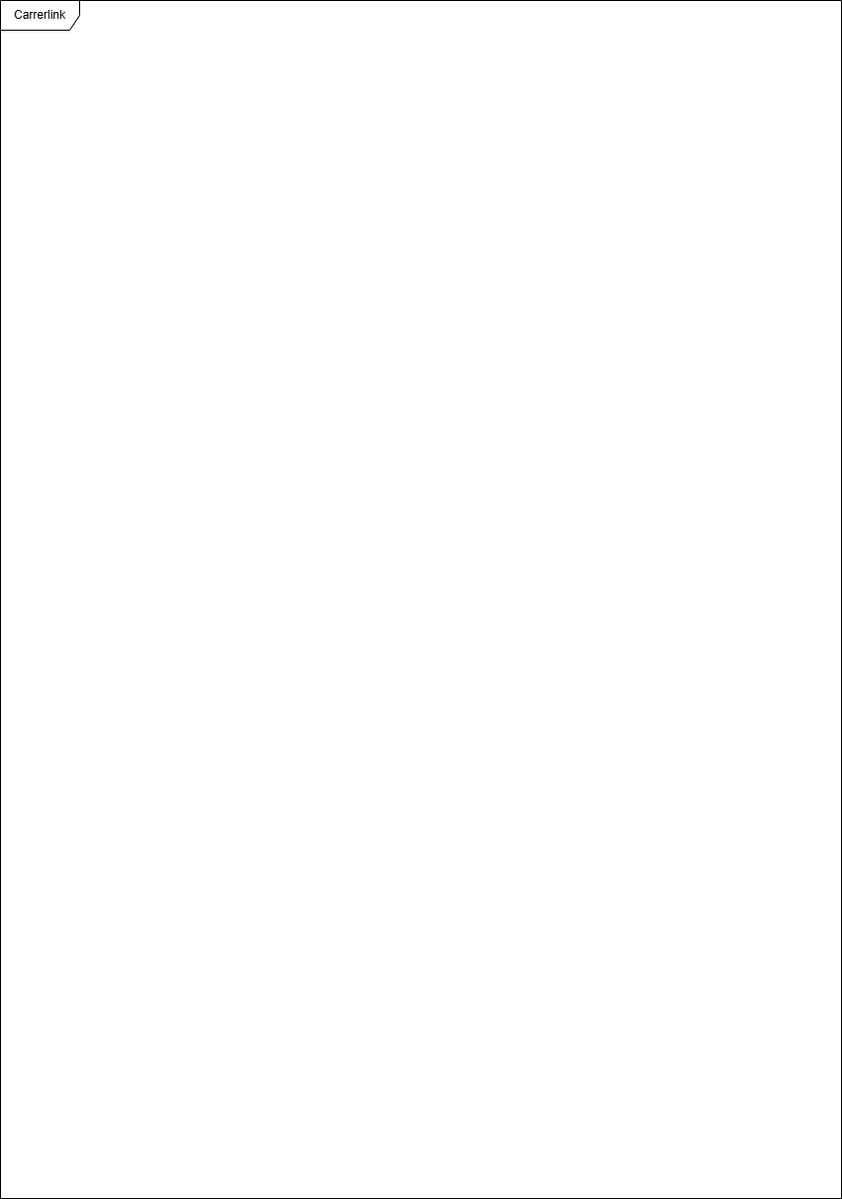
The draw.io diagram CareerLink.drawio.png in mohamedm999/CareerLink, before a commit. Source tidied: cells renumbered, new cells last; positions are measured from the earlier drawing's top-left corner, leaving out a move shared by most shapes.
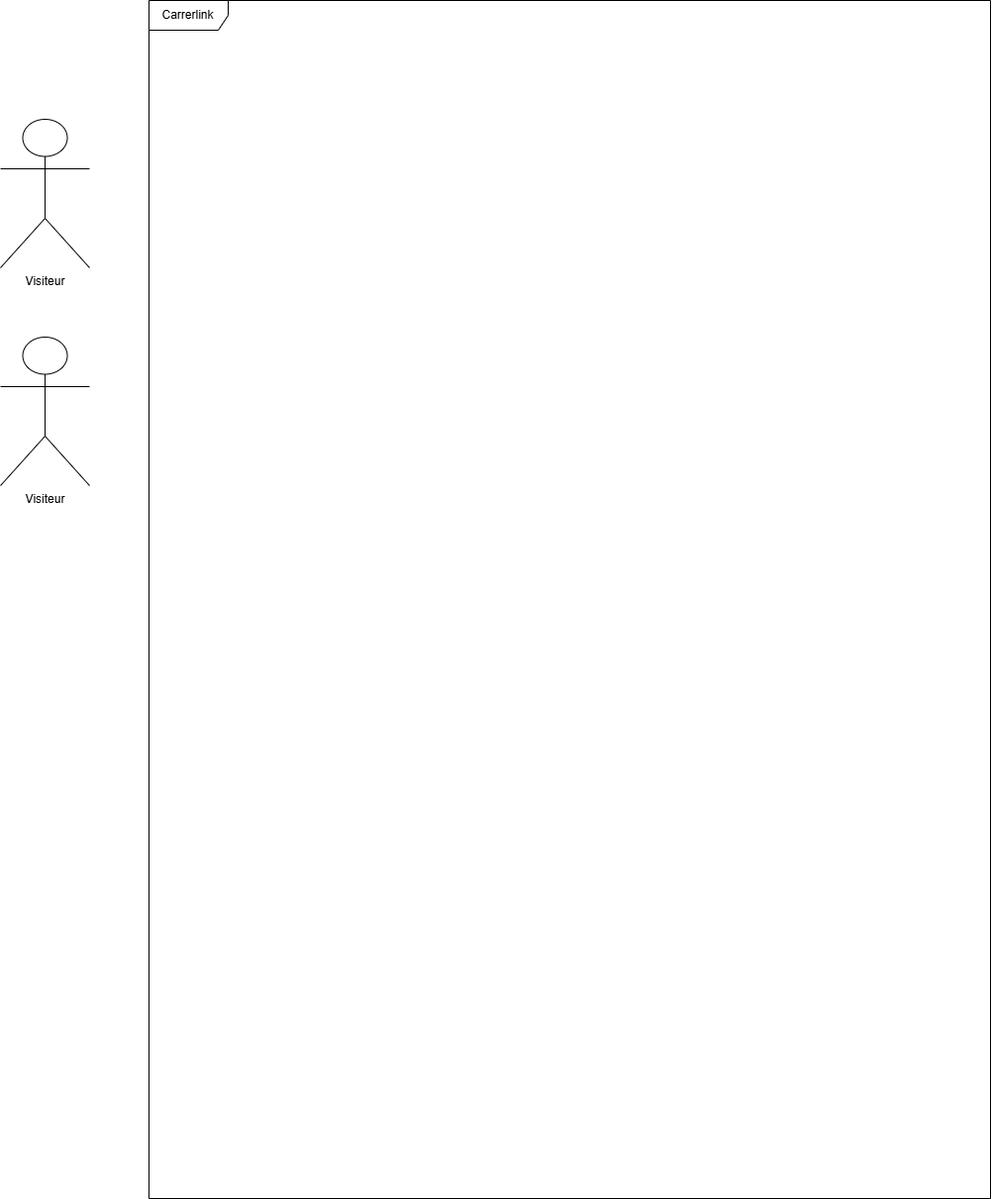
The same diagram one commit later.

The edit, as a diff of the source:
```diff
@@ -5,5 +5,11 @@
     <mxCell id="2" value="Carrerlink" style="shape=umlFrame;whiteSpace=wrap;html=1;width=80;height=30;" parent="1" vertex="1">
       <mxGeometry width="850" height="1210" as="geometry" />
     </mxCell>
+    <mxCell id="3" value="Visiteur" style="shape=umlActor;verticalLabelPosition=bottom;verticalAlign=top;html=1;" parent="1" vertex="1">
+      <mxGeometry x="-150" y="120" width="90" height="150" as="geometry" />
+    </mxCell>
+    <mxCell id="4" value="Visiteur" style="shape=umlActor;verticalLabelPosition=bottom;verticalAlign=top;html=1;" parent="1" vertex="1">
+      <mxGeometry x="-150" y="340" width="90" height="150" as="geometry" />
+    </mxCell>
   </root>
 </mxGraphModel>
```
